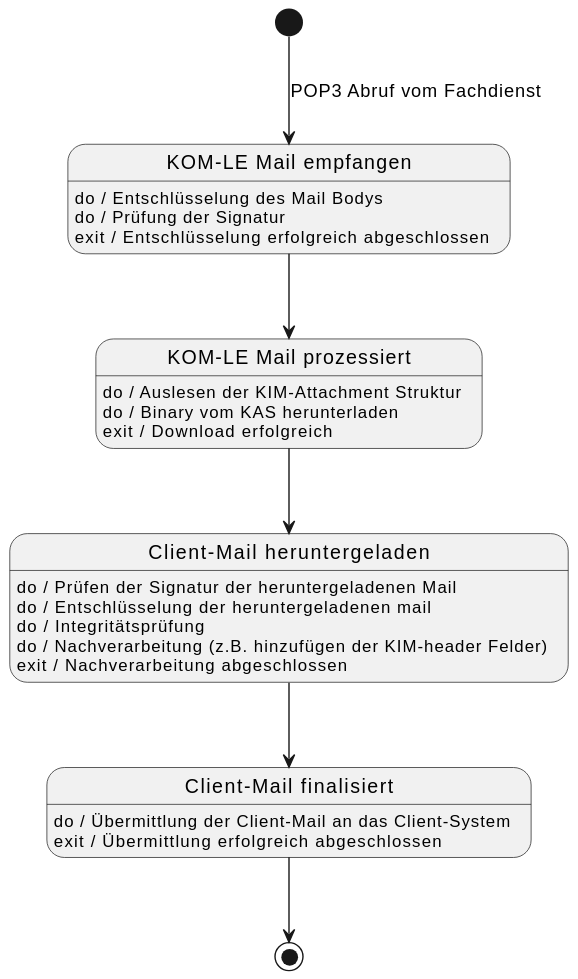
This is images/diagrams/eMail_status_empfangen.svg from gematik/api-kim, a PlantUML export, as it was before one commit.
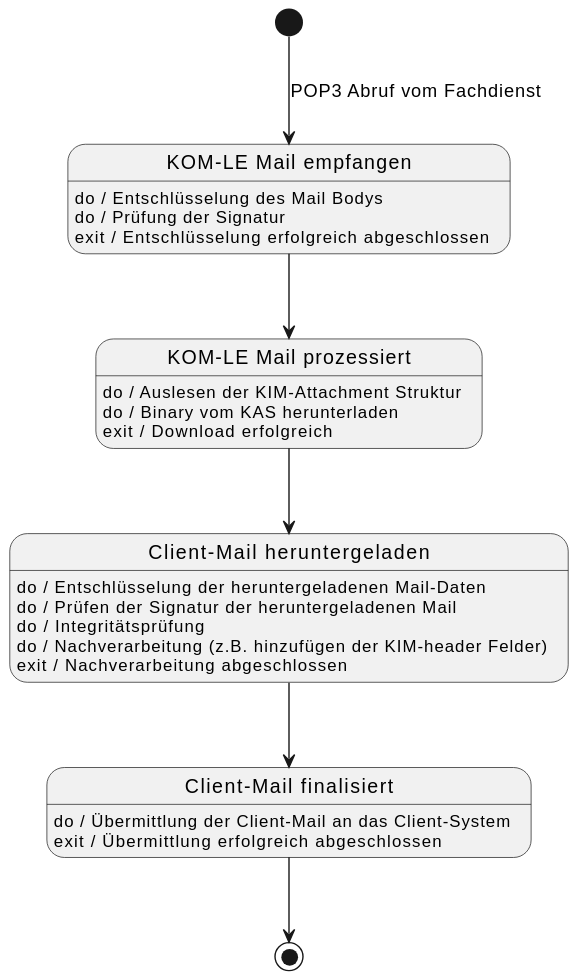
Later version of the same file.

Change to the diagram source:
```diff
@@ -12,8 +12,8 @@
 dkm: exit / Download erfolgreich
 
 state "Client-Mail heruntergeladen" as kdcm
+kdcm: do / Entschlüsselung der heruntergeladenen Mail-Daten
 kdcm: do / Prüfen der Signatur der heruntergeladenen Mail
-kdcm: do / Entschlüsselung der heruntergeladenen mail
 kdcm: do / Integritätsprüfung
 kdcm: do / Nachverarbeitung (z.B. hinzufügen der KIM-header Felder)
 kdcm: exit / Nachverarbeitung abgeschlossen
```
